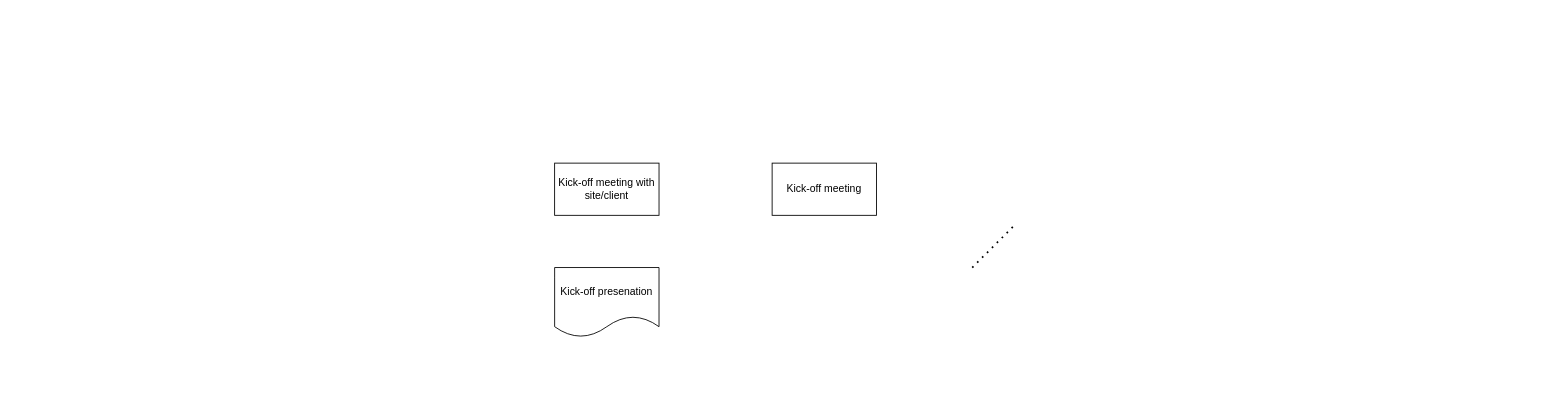
This is MigrationProcess.drawio from thomasVer92/Score, a draw.io file, before an edit. Source tidied: cells renumbered, new cells numbered last; positions are measured from the earlier drawing's top-left corner, leaving out a move shared by most shapes. Both pictures are drawn from the tidied source at 87%, with x=0, y=0 at pixel (554, 163).
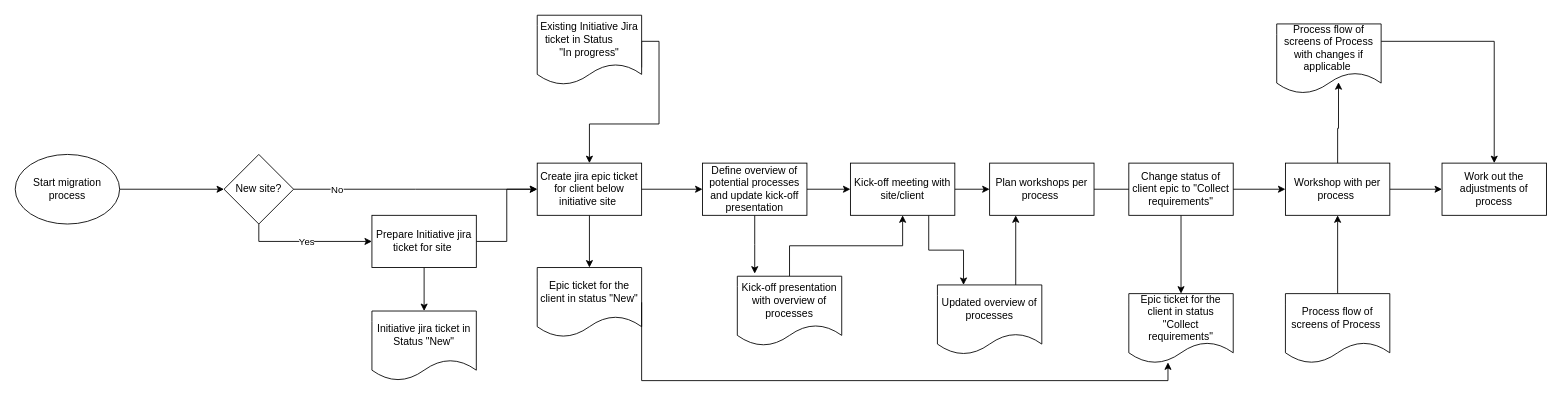
The same page after the edit.

Change to the diagram source:
```diff
@@
+    <mxCell id="6" style="edgeStyle=orthogonalEdgeStyle;rounded=0;jettySize=auto;html=1;exitX=0.75;exitY=1;exitDx=0;exitDy=0;entryX=0.25;entryY=0;entryDx=0;entryDy=0;" parent="1" edge="1" source="2" target="37">
+      <mxGeometry relative="1" as="geometry" />
+    </mxCell>
+    <mxCell id="7" style="edgeStyle=orthogonalEdgeStyle;rounded=0;jettySize=auto;html=1;exitX=1;exitY=0.5;exitDx=0;exitDy=0;entryX=0;entryY=0.5;entryDx=0;entryDy=0;" parent="1" edge="1" source="2" target="35">
+      <mxGeometry relative="1" as="geometry" />
+    </mxCell>
     <mxCell id="2" value="Kick-off meeting with site/client" style="rounded=0;whiteSpace=wrap;html=1;" parent="1" vertex="1">
-      <mxGeometry width="120" height="60" as="geometry" />
+      <mxGeometry x="340" width="120" height="60" as="geometry" />
     </mxCell>
+    <mxCell id="8" style="edgeStyle=orthogonalEdgeStyle;rounded=0;jettySize=auto;html=1;exitX=0.5;exitY=0;exitDx=0;exitDy=0;" parent="1" edge="1" source="3" target="2">
+      <mxGeometry relative="1" as="geometry" />
+    </mxCell>
-    <mxCell id="3" value="Kick-off presenation" style="shape=document;whiteSpace=wrap;html=1;boundedLbl=1;" parent="1" vertex="1">
-      <mxGeometry y="120" width="120" height="80" as="geometry" />
+    <mxCell id="3" value="Kick-off presentation with overview of processes" style="shape=document;whiteSpace=wrap;html=1;boundedLbl=1;" parent="1" vertex="1">
+      <mxGeometry x="210" y="130" width="120" height="80" as="geometry" />
     </mxCell>
-    <mxCell id="4" value="Kick-off meeting" style="rounded=0;whiteSpace=wrap;html=1;" parent="1" vertex="1">
-      <mxGeometry x="250" width="120" height="60" as="geometry" />
-    </mxCell>
-    <mxCell id="5" style="endArrow=none;dashed=1;html=1;dashPattern=1 3;strokeWidth=2;rounded=0;" parent="1" edge="1">
-      <mxGeometry relative="1" as="geometry">
-        <mxPoint x="480" y="120" as="sourcePoint" />
-        <mxPoint x="530" y="70" as="targetPoint" />
-      </mxGeometry>
-    </mxCell>
+    <mxCell id="9" style="edgeStyle=orthogonalEdgeStyle;rounded=0;jettySize=auto;html=1;exitX=1;exitY=0.5;exitDx=0;exitDy=0;entryX=0;entryY=0.5;entryDx=0;entryDy=0;" parent="1" edge="1" source="10" target="44">
+      <mxGeometry relative="1" as="geometry" />
+    </mxCell>
+    <mxCell id="10" value="Workshop with per process&amp;nbsp;" style="rounded=0;whiteSpace=wrap;html=1;" parent="1" vertex="1">
+      <mxGeometry x="840" width="120" height="60" as="geometry" />
+    </mxCell>
+    <mxCell id="11" style="edgeStyle=orthogonalEdgeStyle;rounded=0;jettySize=auto;html=1;exitX=0.5;exitY=0;exitDx=0;exitDy=0;entryX=0.5;entryY=1;entryDx=0;entryDy=0;" parent="1" edge="1" source="12" target="10">
+      <mxGeometry relative="1" as="geometry" />
+    </mxCell>
+    <mxCell id="12" value="Process flow of screens of Process&amp;nbsp;" style="shape=document;whiteSpace=wrap;html=1;boundedLbl=1;" parent="1" vertex="1">
+      <mxGeometry x="840" y="150" width="120" height="80" as="geometry" />
+    </mxCell>
+    <mxCell id="13" value="Initiative jira ticket in Status &quot;New&quot;" style="shape=document;whiteSpace=wrap;html=1;boundedLbl=1;" parent="1" vertex="1">
+      <mxGeometry x="-210" y="170" width="120" height="80" as="geometry" />
+    </mxCell>
+    <mxCell id="14" style="edgeStyle=orthogonalEdgeStyle;rounded=0;jettySize=auto;html=1;exitX=0.5;exitY=1;exitDx=0;exitDy=0;entryX=0.5;entryY=0;entryDx=0;entryDy=0;" parent="1" edge="1" source="16" target="13">
+      <mxGeometry relative="1" as="geometry" />
+    </mxCell>
+    <mxCell id="15" style="edgeStyle=orthogonalEdgeStyle;rounded=0;jettySize=auto;html=1;exitX=1;exitY=0.5;exitDx=0;exitDy=0;entryX=0;entryY=0.5;entryDx=0;entryDy=0;" parent="1" edge="1" source="16" target="27">
+      <mxGeometry relative="1" as="geometry" />
+    </mxCell>
+    <mxCell id="16" value="Prepare Initiative jira ticket for site&amp;nbsp;" style="rounded=0;whiteSpace=wrap;html=1;" parent="1" vertex="1">
+      <mxGeometry x="-210" y="60" width="120" height="60" as="geometry" />
+    </mxCell>
+    <mxCell id="17" style="edgeStyle=orthogonalEdgeStyle;rounded=0;jettySize=auto;html=1;exitX=0.5;exitY=1;exitDx=0;exitDy=0;" parent="1" edge="1" source="19" target="16">
+      <mxGeometry relative="1" as="geometry" />
+    </mxCell>
+    <mxCell id="18" value="Yes" style="edgeLabel;html=1;align=center;verticalAlign=middle;" parent="17" vertex="1">
+      <mxGeometry x="-0.02" relative="1" as="geometry" />
+    </mxCell>
+    <mxCell id="19" value="New site?" style="rhombus;whiteSpace=wrap;html=1;" parent="1" vertex="1">
+      <mxGeometry x="-380" y="-10" width="80" height="80" as="geometry" />
+    </mxCell>
+    <mxCell id="20" style="edgeStyle=orthogonalEdgeStyle;rounded=0;jettySize=auto;html=1;exitX=1;exitY=0.5;exitDx=0;exitDy=0;entryX=0;entryY=0.5;entryDx=0;entryDy=0;" parent="1" edge="1" source="21" target="19">
+      <mxGeometry relative="1" as="geometry" />
+    </mxCell>
+    <mxCell id="21" value="Start migration process" style="ellipse;whiteSpace=wrap;html=1;" parent="1" vertex="1">
+      <mxGeometry x="-620" y="-10" width="120" height="80" as="geometry" />
+    </mxCell>
+    <mxCell id="22" style="edgeStyle=orthogonalEdgeStyle;rounded=0;jettySize=auto;html=1;exitX=1;exitY=0.25;exitDx=0;exitDy=0;entryX=0.5;entryY=0;entryDx=0;entryDy=0;" parent="1" edge="1" source="23" target="44">
+      <mxGeometry relative="1" as="geometry" />
+    </mxCell>
+    <mxCell id="23" value="Process flow of screens of Process with changes if applicable&amp;nbsp;" style="shape=document;whiteSpace=wrap;html=1;boundedLbl=1;" parent="1" vertex="1">
+      <mxGeometry x="830" y="-160" width="120" height="80" as="geometry" />
+    </mxCell>
+    <mxCell id="24" style="edgeStyle=orthogonalEdgeStyle;rounded=0;jettySize=auto;html=1;exitX=0.5;exitY=0;exitDx=0;exitDy=0;entryX=0.592;entryY=0.838;entryDx=0;entryDy=0;entryPerimeter=0;" parent="1" edge="1" source="10" target="23">
+      <mxGeometry relative="1" as="geometry" />
+    </mxCell>
+    <mxCell id="25" style="edgeStyle=orthogonalEdgeStyle;rounded=0;jettySize=auto;html=1;exitX=0.5;exitY=1;exitDx=0;exitDy=0;entryX=0.5;entryY=0;entryDx=0;entryDy=0;" parent="1" edge="1" source="27" target="33">
+      <mxGeometry relative="1" as="geometry" />
+    </mxCell>
+    <mxCell id="26" style="edgeStyle=orthogonalEdgeStyle;rounded=0;jettySize=auto;html=1;exitX=1;exitY=0.5;exitDx=0;exitDy=0;entryX=0;entryY=0.5;entryDx=0;entryDy=0;" parent="1" edge="1" source="27" target="32">
+      <mxGeometry relative="1" as="geometry" />
+    </mxCell>
+    <mxCell id="27" value="Create jira epic ticket for client below initiative site&amp;nbsp;" style="rounded=0;whiteSpace=wrap;html=1;" parent="1" vertex="1">
+      <mxGeometry x="-20" width="120" height="60" as="geometry" />
+    </mxCell>
+    <mxCell id="28" style="edgeStyle=orthogonalEdgeStyle;rounded=0;jettySize=auto;html=1;exitX=1;exitY=0.5;exitDx=0;exitDy=0;" parent="1" edge="1" source="19">
+      <mxGeometry relative="1" as="geometry">
+        <mxPoint x="-20" y="30" as="targetPoint" />
+      </mxGeometry>
+    </mxCell>
+    <mxCell id="29" value="No" style="edgeLabel;html=1;align=center;verticalAlign=middle;" parent="28" vertex="1">
+      <mxGeometry x="-0.65" relative="1" as="geometry" />
+    </mxCell>
+    <mxCell id="30" style="edgeStyle=orthogonalEdgeStyle;rounded=0;jettySize=auto;html=1;exitX=0.5;exitY=1;exitDx=0;exitDy=0;" parent="1" edge="1" source="32">
+      <mxGeometry relative="1" as="geometry">
+        <mxPoint x="230" y="127" as="targetPoint" />
+      </mxGeometry>
+    </mxCell>
+    <mxCell id="31" style="edgeStyle=orthogonalEdgeStyle;rounded=0;jettySize=auto;html=1;exitX=1;exitY=0.5;exitDx=0;exitDy=0;entryX=0;entryY=0.5;entryDx=0;entryDy=0;" parent="1" edge="1" source="32" target="2">
+      <mxGeometry relative="1" as="geometry" />
+    </mxCell>
+    <mxCell id="32" value="Define overview of potential processes and update kick-off presentation" style="rounded=0;whiteSpace=wrap;html=1;" parent="1" vertex="1">
+      <mxGeometry x="170" width="120" height="60" as="geometry" />
+    </mxCell>
+    <mxCell id="33" value="Epic ticket for the client in status &quot;New&quot;" style="shape=document;whiteSpace=wrap;html=1;boundedLbl=1;" parent="1" vertex="1">
+      <mxGeometry x="-20" y="120" width="120" height="80" as="geometry" />
+    </mxCell>
+    <mxCell id="34" style="edgeStyle=orthogonalEdgeStyle;rounded=0;jettySize=auto;html=1;exitX=1;exitY=0.5;exitDx=0;exitDy=0;entryX=0;entryY=0.5;entryDx=0;entryDy=0;" parent="1" edge="1" source="35" target="10">
+      <mxGeometry relative="1" as="geometry" />
+    </mxCell>
+    <mxCell id="35" value="Plan workshops per process&amp;nbsp;" style="rounded=0;whiteSpace=wrap;html=1;" parent="1" vertex="1">
+      <mxGeometry x="500" width="120" height="60" as="geometry" />
+    </mxCell>
+    <mxCell id="36" style="edgeStyle=orthogonalEdgeStyle;rounded=0;jettySize=auto;html=1;exitX=0.75;exitY=0;exitDx=0;exitDy=0;entryX=0.25;entryY=1;entryDx=0;entryDy=0;" parent="1" edge="1" source="37" target="35">
+      <mxGeometry relative="1" as="geometry" />
+    </mxCell>
+    <mxCell id="37" value="Updated overview of processes" style="shape=document;whiteSpace=wrap;html=1;boundedLbl=1;" parent="1" vertex="1">
+      <mxGeometry x="440" y="140" width="120" height="80" as="geometry" />
+    </mxCell>
+    <mxCell id="38" style="edgeStyle=orthogonalEdgeStyle;rounded=0;jettySize=auto;html=1;exitX=0.5;exitY=1;exitDx=0;exitDy=0;entryX=0.5;entryY=0;entryDx=0;entryDy=0;" parent="1" edge="1" source="39" target="40">
+      <mxGeometry relative="1" as="geometry" />
+    </mxCell>
+    <mxCell id="39" value="Change status of client epic to &quot;Collect&lt;br/&gt;requirements&quot;" style="rounded=0;whiteSpace=wrap;html=1;" parent="1" vertex="1">
+      <mxGeometry x="660" width="120" height="60" as="geometry" />
+    </mxCell>
+    <mxCell id="40" value="Epic ticket for the client in status &quot;Collect&lt;br&gt;requirements&quot;" style="shape=document;whiteSpace=wrap;html=1;boundedLbl=1;" parent="1" vertex="1">
+      <mxGeometry x="660" y="150" width="120" height="80" as="geometry" />
+    </mxCell>
+    <mxCell id="41" style="edgeStyle=orthogonalEdgeStyle;rounded=0;jettySize=auto;html=1;exitX=1;exitY=0.5;exitDx=0;exitDy=0;entryX=0.375;entryY=0.988;entryDx=0;entryDy=0;entryPerimeter=0;" parent="1" edge="1" source="33" target="40">
+      <mxGeometry relative="1" as="geometry">
+        <Array as="points">
+          <mxPoint x="100" y="250" />
+          <mxPoint x="705" y="250" />
+        </Array>
+      </mxGeometry>
+    </mxCell>
+    <mxCell id="42" style="edgeStyle=orthogonalEdgeStyle;rounded=0;jettySize=auto;html=1;exitX=1;exitY=0.75;exitDx=0;exitDy=0;entryX=0.5;entryY=0;entryDx=0;entryDy=0;" parent="1" edge="1" source="43" target="27">
+      <mxGeometry relative="1" as="geometry">
+        <Array as="points">
+          <mxPoint x="100" y="-140" />
+          <mxPoint x="120" y="-140" />
+          <mxPoint x="120" y="-45" />
+          <mxPoint x="40" y="-45" />
+        </Array>
+      </mxGeometry>
+    </mxCell>
+    <mxCell id="43" value="Existing Initiative Jira ticket in Status&amp;nbsp; &amp;nbsp; &amp;nbsp; &amp;nbsp; &quot;In progress&quot;" style="shape=document;whiteSpace=wrap;html=1;boundedLbl=1;" parent="1" vertex="1">
+      <mxGeometry x="-20" y="-170" width="120" height="80" as="geometry" />
+    </mxCell>
+    <mxCell id="44" value="Work out the adjustments of process" style="rounded=0;whiteSpace=wrap;html=1;" parent="1" vertex="1">
+      <mxGeometry x="1020" width="120" height="60" as="geometry" />
+    </mxCell>
```
